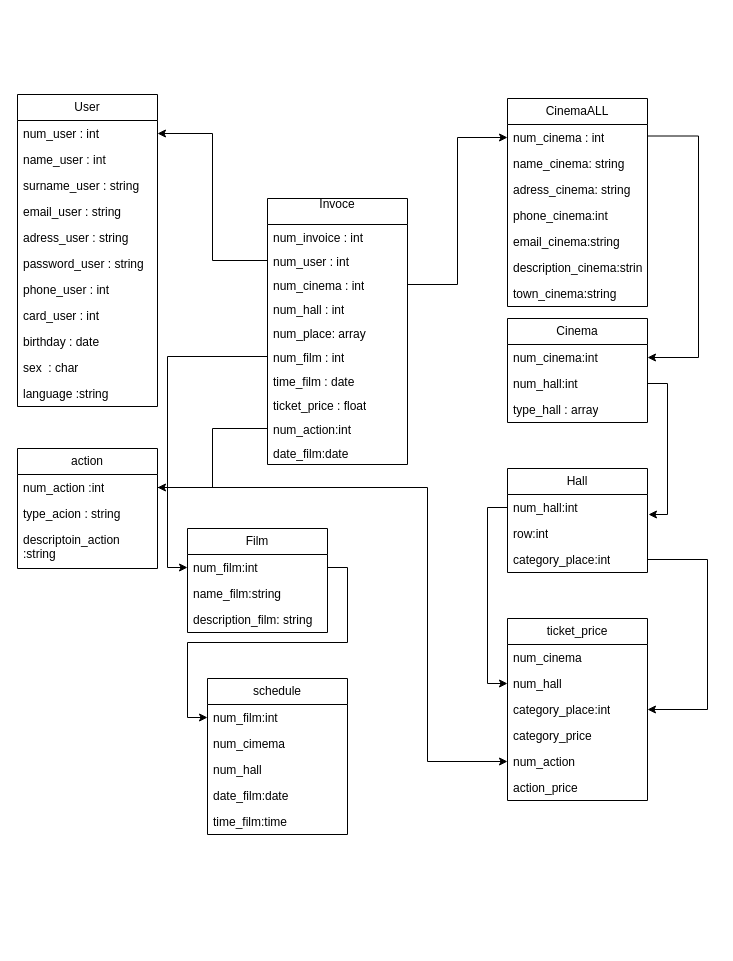
Above: test-task/Диаграмма без названия.drawio in IvanKasiananko/study-python (draw.io), before the change. Source tidied: cells renumbered, new cells numbered last; positions are measured from the earlier drawing's top-left corner, leaving out a move shared by most shapes. Both pictures are drawn from the tidied source at 100%, with x=0, y=0 at pixel (17, 94).
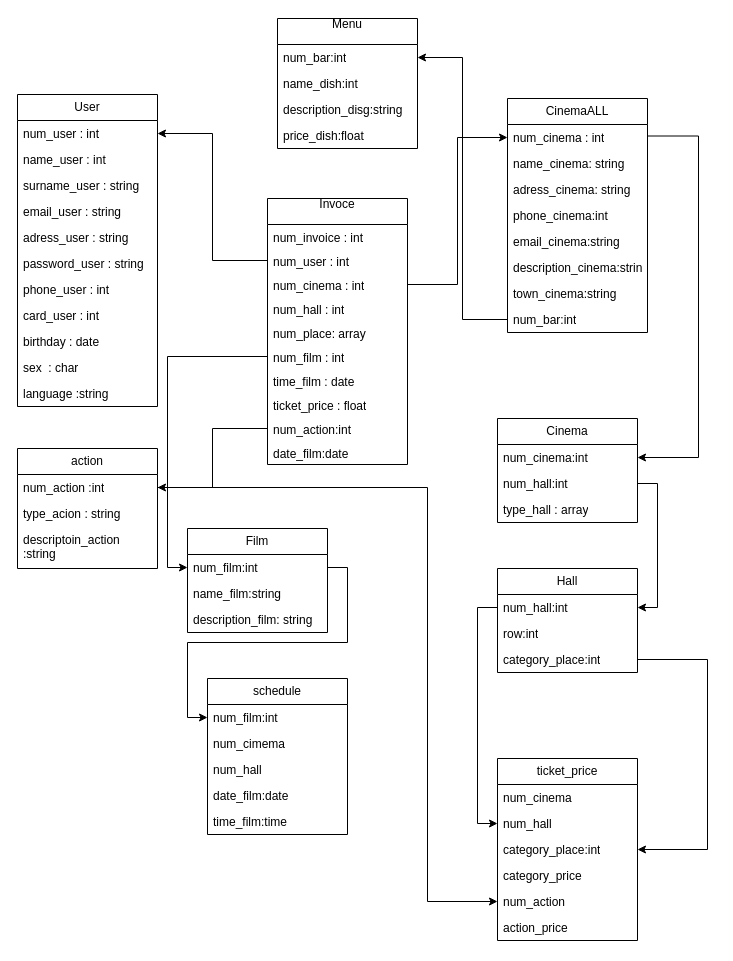
Above is the later version.

Unchanged cells that the change refers to:
```xml
<mxCell id="36" value="num_cinema:int" style="text;strokeColor=none;fillColor=none;align=left;verticalAlign=top;spacingLeft=4;spacingRight=4;overflow=hidden;points=[[0,0.5],[1,0.5]];portConstraint=eastwest;whiteSpace=wrap;html=1;" parent="35" vertex="1">
  <mxGeometry y="26" width="140" height="26" as="geometry" />
</mxCell>
<mxCell id="37" value="num_hall:int" style="text;strokeColor=none;fillColor=none;align=left;verticalAlign=top;spacingLeft=4;spacingRight=4;overflow=hidden;points=[[0,0.5],[1,0.5]];portConstraint=eastwest;whiteSpace=wrap;html=1;" parent="35" vertex="1">
  <mxGeometry y="52" width="140" height="26" as="geometry" />
</mxCell>
<mxCell id="40" value="num_action :int&lt;div&gt;&lt;br&gt;&lt;/div&gt;" style="text;strokeColor=none;fillColor=none;align=left;verticalAlign=top;spacingLeft=4;spacingRight=4;overflow=hidden;points=[[0,0.5],[1,0.5]];portConstraint=eastwest;whiteSpace=wrap;html=1;" parent="39" vertex="1">
  <mxGeometry y="26" width="140" height="26" as="geometry" />
</mxCell>
<mxCell id="46" value="num_hall:int" style="text;strokeColor=none;fillColor=none;align=left;verticalAlign=top;spacingLeft=4;spacingRight=4;overflow=hidden;points=[[0,0.5],[1,0.5]];portConstraint=eastwest;whiteSpace=wrap;html=1;" parent="45" vertex="1">
  <mxGeometry y="26" width="140" height="26" as="geometry" />
</mxCell>
<mxCell id="48" value="category_place:int" style="text;strokeColor=none;fillColor=none;align=left;verticalAlign=top;spacingLeft=4;spacingRight=4;overflow=hidden;points=[[0,0.5],[1,0.5]];portConstraint=eastwest;whiteSpace=wrap;html=1;" parent="45" vertex="1">
  <mxGeometry y="78" width="140" height="26" as="geometry" />
</mxCell>
<mxCell id="64" value="category_place:int" style="text;strokeColor=none;fillColor=none;align=left;verticalAlign=top;spacingLeft=4;spacingRight=4;overflow=hidden;points=[[0,0.5],[1,0.5]];portConstraint=eastwest;whiteSpace=wrap;html=1;" parent="61" vertex="1">
  <mxGeometry y="78" width="140" height="26" as="geometry" />
</mxCell>
<mxCell id="66" value="num_action" style="text;strokeColor=none;fillColor=none;align=left;verticalAlign=top;spacingLeft=4;spacingRight=4;overflow=hidden;points=[[0,0.5],[1,0.5]];portConstraint=eastwest;whiteSpace=wrap;html=1;" parent="61" vertex="1">
  <mxGeometry y="130" width="140" height="26" as="geometry" />
</mxCell>
```

The edit, as a diff of the source:
```diff
@@
     <mxCell id="26" value="CinemaALL" style="swimlane;fontStyle=0;horizontal=1;startSize=26;fillColor=none;whiteSpace=wrap;html=1;" parent="1" vertex="1">
-      <mxGeometry x="490" y="4" width="140" height="208" as="geometry" />
+      <mxGeometry x="490" y="4" width="140" height="234" as="geometry" />
     </mxCell>
@@
+    <mxCell id="72" value="num_bar:int" style="text;strokeColor=none;fillColor=none;align=left;verticalAlign=top;spacingLeft=4;spacingRight=4;overflow=hidden;points=[[0,0.5],[1,0.5]];portConstraint=eastwest;whiteSpace=wrap;html=1;" parent="26" vertex="1">
+      <mxGeometry y="208" width="140" height="26" as="geometry" />
+    </mxCell>
@@
     <mxCell id="35" value="Cinema" style="swimlane;fontStyle=0;horizontal=1;startSize=26;fillColor=none;whiteSpace=wrap;html=1;" parent="1" vertex="1">
-      <mxGeometry x="490" y="224" width="140" height="104" as="geometry" />
+      <mxGeometry x="480" y="324" width="140" height="104" as="geometry" />
     </mxCell>
@@
     <mxCell id="44" style="edgeStyle=orthogonalEdgeStyle;rounded=0;jettySize=auto;html=1;entryX=1;entryY=0.5;entryDx=0;entryDy=0;" parent="1" edge="1" target="36">
       <mxGeometry relative="1" as="geometry">
         <mxPoint x="630" y="41.5" as="sourcePoint" />
         <Array as="points">
           <mxPoint x="681" y="42" />
-          <mxPoint x="681" y="263" />
+          <mxPoint x="681" y="363" />
         </Array>
       </mxGeometry>
     </mxCell>
     <mxCell id="45" value="Hall" style="swimlane;fontStyle=0;horizontal=1;startSize=26;fillColor=none;whiteSpace=wrap;html=1;" parent="1" vertex="1">
-      <mxGeometry x="490" y="374" width="140" height="104" as="geometry" />
+      <mxGeometry x="480" y="474" width="140" height="104" as="geometry" />
     </mxCell>
@@
     <mxCell id="61" value="ticket_price" style="swimlane;fontStyle=0;horizontal=1;startSize=26;fillColor=none;whiteSpace=wrap;html=1;" parent="1" vertex="1">
-      <mxGeometry x="490" y="524" width="140" height="182" as="geometry" />
+      <mxGeometry x="480" y="664" width="140" height="182" as="geometry" />
     </mxCell>
@@
     <mxCell id="68" style="edgeStyle=orthogonalEdgeStyle;rounded=0;jettySize=auto;html=1;entryX=0;entryY=0.5;entryDx=0;entryDy=0;" parent="1" edge="1" source="40" target="66">
       <mxGeometry relative="1" as="geometry">
         <Array as="points">
           <mxPoint x="410" y="393" />
-          <mxPoint x="410" y="667" />
+          <mxPoint x="410" y="807" />
         </Array>
       </mxGeometry>
     </mxCell>
@@
     <mxCell id="70" style="edgeStyle=orthogonalEdgeStyle;rounded=0;jettySize=auto;html=1;entryX=1;entryY=0.5;entryDx=0;entryDy=0;" parent="1" edge="1" source="48" target="64">
       <mxGeometry relative="1" as="geometry">
         <Array as="points">
-          <mxPoint x="690" y="465" />
-          <mxPoint x="690" y="615" />
+          <mxPoint x="690" y="565" />
+          <mxPoint x="690" y="755" />
         </Array>
       </mxGeometry>
     </mxCell>
-    <mxCell id="71" style="edgeStyle=orthogonalEdgeStyle;rounded=0;jettySize=auto;html=1;entryX=1.007;entryY=0.769;entryDx=0;entryDy=0;entryPerimeter=0;" parent="1" edge="1" source="37" target="46">
+    <mxCell id="71" style="edgeStyle=orthogonalEdgeStyle;rounded=0;jettySize=auto;html=1;" parent="1" edge="1" source="37" target="46">
       <mxGeometry relative="1" as="geometry">
         <Array as="points">
-          <mxPoint x="650" y="289" />
-          <mxPoint x="650" y="420" />
+          <mxPoint x="640" y="389" />
+          <mxPoint x="640" y="513" />
         </Array>
       </mxGeometry>
     </mxCell>
+    <mxCell id="73" value="Menu&lt;div&gt;&lt;br&gt;&lt;/div&gt;" style="swimlane;fontStyle=0;horizontal=1;startSize=26;fillColor=none;whiteSpace=wrap;html=1;" parent="1" vertex="1">
+      <mxGeometry x="260" y="-76" width="140" height="130" as="geometry" />
+    </mxCell>
+    <mxCell id="74" value="num_bar:int" style="text;strokeColor=none;fillColor=none;align=left;verticalAlign=top;spacingLeft=4;spacingRight=4;overflow=hidden;points=[[0,0.5],[1,0.5]];portConstraint=eastwest;whiteSpace=wrap;html=1;" parent="73" vertex="1">
+      <mxGeometry y="26" width="140" height="26" as="geometry" />
+    </mxCell>
+    <mxCell id="75" value="name_dish:int" style="text;strokeColor=none;fillColor=none;align=left;verticalAlign=top;spacingLeft=4;spacingRight=4;overflow=hidden;whiteSpace=wrap;html=1;" parent="73" vertex="1">
+      <mxGeometry y="52" width="140" height="26" as="geometry" />
+    </mxCell>
+    <mxCell id="76" value="description_disg:string" style="text;strokeColor=none;fillColor=none;align=left;verticalAlign=top;spacingLeft=4;spacingRight=4;overflow=hidden;whiteSpace=wrap;html=1;" parent="73" vertex="1">
+      <mxGeometry y="78" width="140" height="26" as="geometry" />
+    </mxCell>
+    <mxCell id="77" value="price_dish:float" style="text;strokeColor=none;fillColor=none;align=left;verticalAlign=top;spacingLeft=4;spacingRight=4;overflow=hidden;whiteSpace=wrap;html=1;" parent="73" vertex="1">
+      <mxGeometry y="104" width="140" height="26" as="geometry" />
+    </mxCell>
+    <mxCell id="78" style="edgeStyle=orthogonalEdgeStyle;rounded=0;jettySize=auto;html=1;entryX=1;entryY=0.5;entryDx=0;entryDy=0;" parent="1" edge="1" source="72" target="74">
+      <mxGeometry relative="1" as="geometry" />
+    </mxCell>
```
